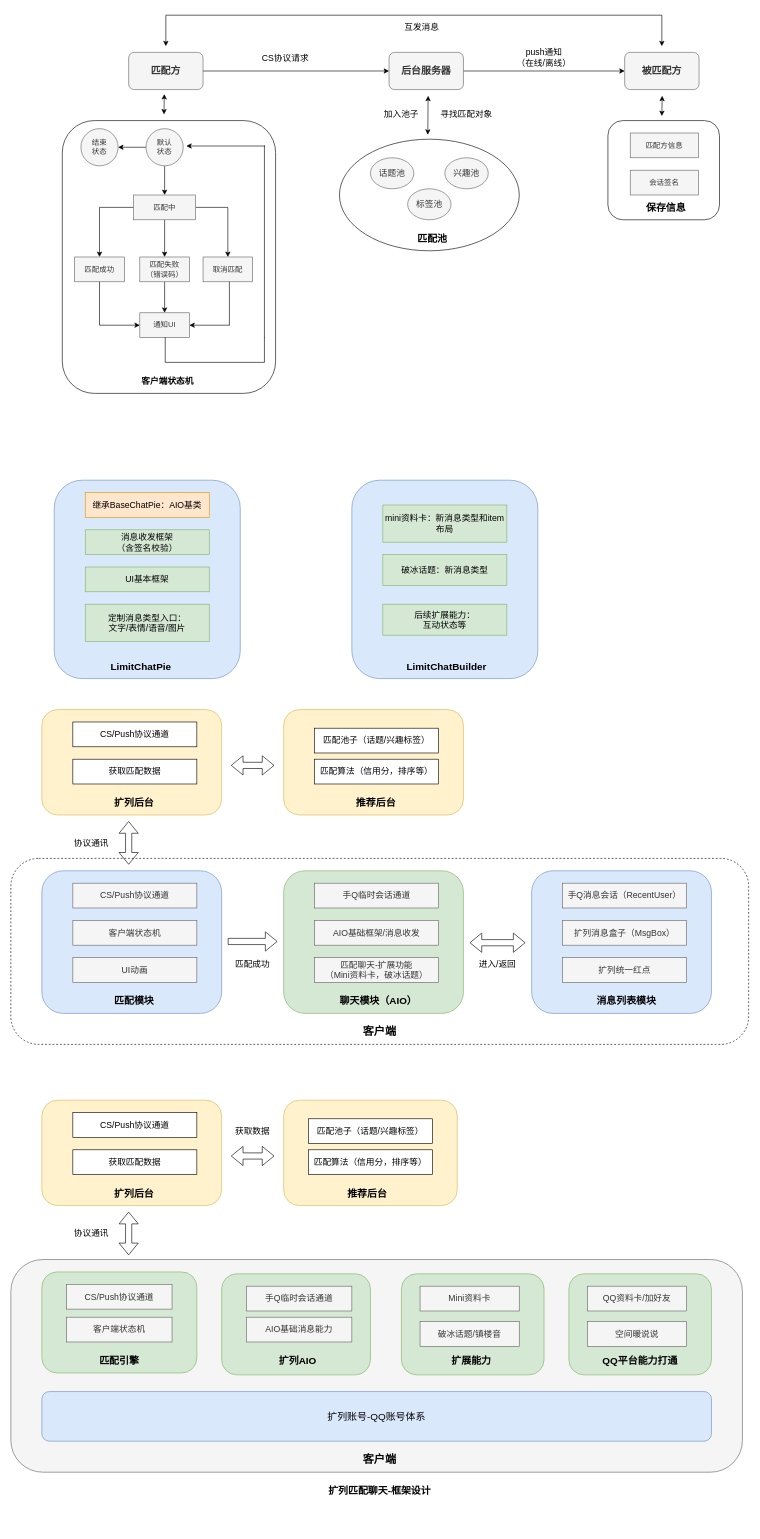
This is page "kuolie" (4 of 5) of t3.drawio from wind1096471134/Brainstorming, a draw.io file, before an edit. Source tidied: cells renumbered, new cells numbered last; positions are measured from the earlier drawing's top-left corner, leaving out a move shared by most shapes. Both pictures are drawn from the tidied source at 62%, with x=0, y=0 at pixel (11, 15).
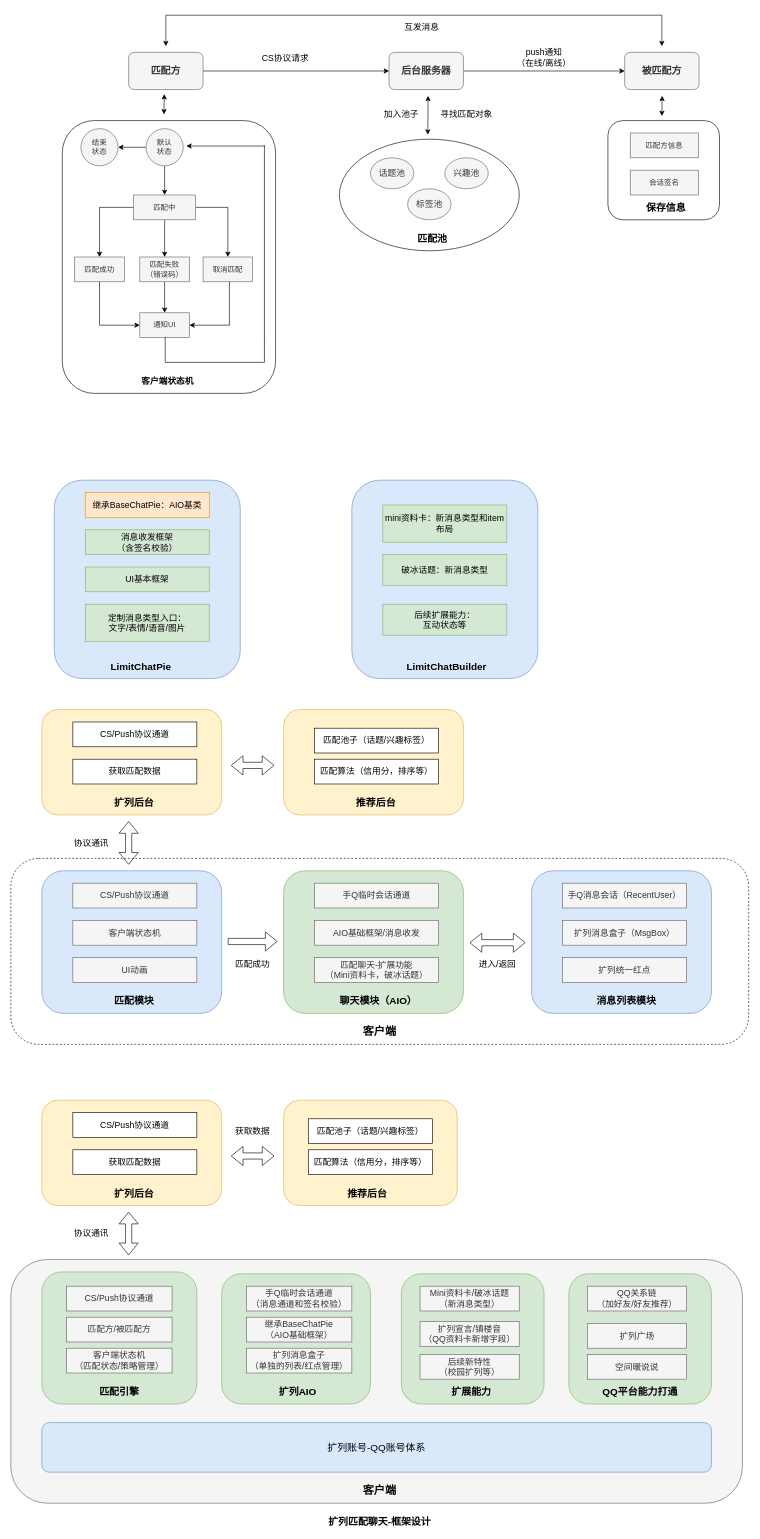
After the change.

What changed in the source:
```diff
@@
     <mxCell id="92" style="rounded=1;whiteSpace=wrap;html=1;fillColor=#f5f5f5;strokeWidth=1;perimeterSpacing=2;strokeColor=#666666;fontColor=#333333;" parent="1" vertex="1">
-      <mxGeometry y="2007" width="1180" height="343" as="geometry" />
+      <mxGeometry y="2007" width="1180" height="393" as="geometry" />
     </mxCell>
     <mxCell id="93" style="rounded=1;whiteSpace=wrap;html=1;fillColor=#d5e8d4;strokeColor=#82b366;" parent="1" vertex="1">
-      <mxGeometry x="340" y="2030" width="240" height="163" as="geometry" />
+      <mxGeometry x="340" y="2030" width="240" height="210" as="geometry" />
     </mxCell>
     <mxCell id="94" value="&lt;font style=&quot;font-size: 16px&quot;&gt;&lt;b&gt;扩列AIO&lt;/b&gt;&lt;/font&gt;" style="text;html=1;strokeColor=none;fillColor=none;align=center;verticalAlign=middle;whiteSpace=wrap;rounded=0;" parent="1" vertex="1">
-      <mxGeometry x="390" y="2160" width="146" height="20" as="geometry" />
+      <mxGeometry x="390" y="2210" width="146" height="20" as="geometry" />
     </mxCell>
-    <mxCell id="95" value="&lt;font style=&quot;font-size: 14px&quot;&gt;手Q临时会话通道&lt;/font&gt;" style="rounded=0;whiteSpace=wrap;html=1;fillColor=#f5f5f5;strokeColor=#666666;fontColor=#333333;" parent="1" vertex="1">
+    <mxCell id="95" value="&lt;font style=&quot;font-size: 14px&quot;&gt;手Q临时会话通道&lt;br&gt;（消息通道和签名校验）&lt;br&gt;&lt;/font&gt;" style="rounded=0;whiteSpace=wrap;html=1;fillColor=#f5f5f5;strokeColor=#666666;fontColor=#333333;" parent="1" vertex="1">
       <mxGeometry x="380" y="2050" width="170" height="40" as="geometry" />
     </mxCell>
-    <mxCell id="96" value="&lt;font style=&quot;font-size: 14px&quot;&gt;AIO基础消息能力&lt;/font&gt;" style="rounded=0;whiteSpace=wrap;html=1;fillColor=#f5f5f5;strokeColor=#666666;fontColor=#333333;" parent="1" vertex="1">
+    <mxCell id="96" value="&lt;font style=&quot;font-size: 14px&quot;&gt;继承BaseChatPie&lt;br&gt;（AIO基础框架）&lt;br&gt;&lt;/font&gt;" style="rounded=0;whiteSpace=wrap;html=1;fillColor=#f5f5f5;strokeColor=#666666;fontColor=#333333;" parent="1" vertex="1">
       <mxGeometry x="380" y="2100" width="170" height="40" as="geometry" />
     </mxCell>
     <mxCell id="97" style="rounded=1;whiteSpace=wrap;html=1;fillColor=#d5e8d4;strokeColor=#82b366;" parent="1" vertex="1">
-      <mxGeometry x="630" y="2030" width="230" height="163" as="geometry" />
+      <mxGeometry x="630" y="2030" width="230" height="210" as="geometry" />
     </mxCell>
     <mxCell id="98" value="&lt;font style=&quot;font-size: 16px&quot;&gt;&lt;b&gt;扩展能力&lt;/b&gt;&lt;/font&gt;" style="text;html=1;strokeColor=none;fillColor=none;align=center;verticalAlign=middle;whiteSpace=wrap;rounded=0;" parent="1" vertex="1">
-      <mxGeometry x="690" y="2160" width="106" height="20" as="geometry" />
+      <mxGeometry x="690" y="2210" width="106" height="20" as="geometry" />
     </mxCell>
-    <mxCell id="99" value="&lt;font style=&quot;font-size: 14px&quot;&gt;Mini资料卡&lt;/font&gt;" style="rounded=0;whiteSpace=wrap;html=1;fillColor=#f5f5f5;strokeColor=#666666;fontColor=#333333;" parent="1" vertex="1">
+    <mxCell id="99" value="&lt;font style=&quot;font-size: 14px&quot;&gt;Mini资料卡/破冰话题&lt;br&gt;（新消息类型）&lt;br&gt;&lt;/font&gt;" style="rounded=0;whiteSpace=wrap;html=1;fillColor=#f5f5f5;strokeColor=#666666;fontColor=#333333;" parent="1" vertex="1">
       <mxGeometry x="660" y="2050" width="160" height="40" as="geometry" />
     </mxCell>
-    <mxCell id="100" value="&lt;font style=&quot;font-size: 14px&quot;&gt;破冰话题/镇楼音&lt;/font&gt;" style="rounded=0;whiteSpace=wrap;html=1;fillColor=#f5f5f5;strokeColor=#666666;fontColor=#333333;" parent="1" vertex="1">
+    <mxCell id="100" value="&lt;font style=&quot;font-size: 14px&quot;&gt;扩列宣言/镇楼音&lt;br&gt;（QQ资料卡新增字段）&lt;br&gt;&lt;/font&gt;" style="rounded=0;whiteSpace=wrap;html=1;fillColor=#f5f5f5;strokeColor=#666666;fontColor=#333333;" parent="1" vertex="1">
       <mxGeometry x="660" y="2107" width="160" height="40" as="geometry" />
     </mxCell>
     <mxCell id="101" style="rounded=1;whiteSpace=wrap;html=1;fillColor=#d5e8d4;strokeColor=#82b366;" parent="1" vertex="1">
-      <mxGeometry x="50" y="2027" width="250" height="163" as="geometry" />
+      <mxGeometry x="50" y="2027" width="250" height="213" as="geometry" />
     </mxCell>
     <mxCell id="102" value="&lt;font style=&quot;font-size: 16px&quot;&gt;&lt;b&gt;匹配引擎&lt;/b&gt;&lt;/font&gt;" style="text;html=1;strokeColor=none;fillColor=none;align=center;verticalAlign=middle;whiteSpace=wrap;rounded=0;" parent="1" vertex="1">
-      <mxGeometry x="140" y="2160" width="70" height="20" as="geometry" />
+      <mxGeometry x="140" y="2210" width="70" height="20" as="geometry" />
     </mxCell>
     <mxCell id="103" value="&lt;font style=&quot;font-size: 14px&quot;&gt;CS/Push协议通道&lt;/font&gt;" style="rounded=0;whiteSpace=wrap;html=1;fillColor=#f5f5f5;strokeColor=#666666;fontColor=#333333;" parent="1" vertex="1">
-      <mxGeometry x="90" y="2047" width="170" height="40" as="geometry" />
+      <mxGeometry x="90" y="2050" width="170" height="40" as="geometry" />
     </mxCell>
-    <mxCell id="104" value="&lt;font style=&quot;font-size: 14px&quot;&gt;客户端状态机&lt;/font&gt;" style="rounded=0;whiteSpace=wrap;html=1;fillColor=#f5f5f5;strokeColor=#666666;fontColor=#333333;" parent="1" vertex="1">
-      <mxGeometry x="90" y="2100" width="170" height="40" as="geometry" />
+    <mxCell id="104" value="&lt;font style=&quot;font-size: 14px&quot;&gt;客户端状态机&lt;br&gt;（匹配状态/策略管理）&lt;br&gt;&lt;/font&gt;" style="rounded=0;whiteSpace=wrap;html=1;fillColor=#f5f5f5;strokeColor=#666666;fontColor=#333333;" parent="1" vertex="1">
+      <mxGeometry x="90" y="2150" width="170" height="40" as="geometry" />
     </mxCell>
@@
     <mxCell id="111" value="&lt;font size=&quot;1&quot;&gt;&lt;b style=&quot;font-size: 18px&quot;&gt;客户端&lt;/b&gt;&lt;/font&gt;" style="text;html=1;strokeColor=none;fillColor=none;align=center;verticalAlign=middle;whiteSpace=wrap;rounded=0;dashed=1;" parent="1" vertex="1">
-      <mxGeometry x="560" y="2320" width="70" height="20" as="geometry" />
+      <mxGeometry x="560" y="2370" width="70" height="20" as="geometry" />
     </mxCell>
@@
     <mxCell id="117" value="&lt;font style=&quot;font-size: 16px&quot;&gt;扩列账号-QQ账号体系&lt;/font&gt;" style="rounded=1;whiteSpace=wrap;html=1;fillColor=#dae8fc;strokeColor=#6c8ebf;" parent="1" vertex="1">
-      <mxGeometry x="50" y="2220" width="1080" height="80" as="geometry" />
+      <mxGeometry x="50" y="2270" width="1080" height="80" as="geometry" />
     </mxCell>
     <mxCell id="118" style="rounded=1;whiteSpace=wrap;html=1;fillColor=#d5e8d4;strokeColor=#82b366;" parent="1" vertex="1">
-      <mxGeometry x="900" y="2030" width="230" height="163" as="geometry" />
+      <mxGeometry x="900" y="2030" width="230" height="210" as="geometry" />
     </mxCell>
     <mxCell id="119" value="&lt;font style=&quot;font-size: 16px&quot;&gt;&lt;b&gt;QQ平台能力打通&lt;/b&gt;&lt;/font&gt;" style="text;html=1;strokeColor=none;fillColor=none;align=center;verticalAlign=middle;whiteSpace=wrap;rounded=0;" parent="1" vertex="1">
-      <mxGeometry x="950" y="2160" width="130" height="20" as="geometry" />
+      <mxGeometry x="950" y="2210" width="130" height="20" as="geometry" />
     </mxCell>
-    <mxCell id="120" value="&lt;font style=&quot;font-size: 14px&quot;&gt;QQ资料卡/加好友&lt;/font&gt;" style="rounded=0;whiteSpace=wrap;html=1;fillColor=#f5f5f5;strokeColor=#666666;fontColor=#333333;" parent="1" vertex="1">
+    <mxCell id="120" value="&lt;span style=&quot;font-size: 14px&quot;&gt;QQ关系链&lt;br&gt;（加好友/好友推荐）&lt;br&gt;&lt;/span&gt;" style="rounded=0;whiteSpace=wrap;html=1;fillColor=#f5f5f5;strokeColor=#666666;fontColor=#333333;" parent="1" vertex="1">
       <mxGeometry x="930" y="2050" width="160" height="40" as="geometry" />
     </mxCell>
     <mxCell id="121" value="&lt;font style=&quot;font-size: 14px&quot;&gt;空间暖说说&lt;/font&gt;" style="rounded=0;whiteSpace=wrap;html=1;fillColor=#f5f5f5;strokeColor=#666666;fontColor=#333333;" parent="1" vertex="1">
-      <mxGeometry x="930" y="2107" width="160" height="40" as="geometry" />
+      <mxGeometry x="930" y="2160" width="160" height="40" as="geometry" />
     </mxCell>
@@
     <mxCell id="123" value="&lt;font style=&quot;font-size: 16px&quot;&gt;&lt;b&gt;扩列匹配聊天-框架设计&lt;/b&gt;&lt;/font&gt;" style="text;html=1;strokeColor=none;fillColor=none;align=center;verticalAlign=middle;whiteSpace=wrap;rounded=0;" parent="1" vertex="1">
-      <mxGeometry x="460" y="2370" width="270" height="20" as="geometry" />
+      <mxGeometry x="460" y="2420" width="270" height="20" as="geometry" />
     </mxCell>
+    <mxCell id="124" value="&lt;font style=&quot;font-size: 14px&quot;&gt;扩列消息盒子&lt;br&gt;（单独的列表/红点管理）&lt;br&gt;&lt;/font&gt;" style="rounded=0;whiteSpace=wrap;html=1;fillColor=#f5f5f5;strokeColor=#666666;fontColor=#333333;" parent="1" vertex="1">
+      <mxGeometry x="380" y="2150" width="170" height="40" as="geometry" />
+    </mxCell>
+    <mxCell id="125" value="&lt;font style=&quot;font-size: 14px&quot;&gt;后续新特性&lt;br&gt;（校园扩列等）&lt;br&gt;&lt;/font&gt;" style="rounded=0;whiteSpace=wrap;html=1;fillColor=#f5f5f5;strokeColor=#666666;fontColor=#333333;" parent="1" vertex="1">
+      <mxGeometry x="660" y="2160" width="160" height="40" as="geometry" />
+    </mxCell>
+    <mxCell id="126" value="&lt;font style=&quot;font-size: 14px&quot;&gt;扩列广场&lt;/font&gt;" style="rounded=0;whiteSpace=wrap;html=1;fillColor=#f5f5f5;strokeColor=#666666;fontColor=#333333;" parent="1" vertex="1">
+      <mxGeometry x="930" y="2110" width="160" height="40" as="geometry" />
+    </mxCell>
+    <mxCell id="127" value="&lt;span style=&quot;font-size: 14px&quot;&gt;匹配方/被匹配方&lt;/span&gt;" style="rounded=0;whiteSpace=wrap;html=1;fillColor=#f5f5f5;strokeColor=#666666;fontColor=#333333;" parent="1" vertex="1">
+      <mxGeometry x="90" y="2100" width="170" height="40" as="geometry" />
+    </mxCell>
```
